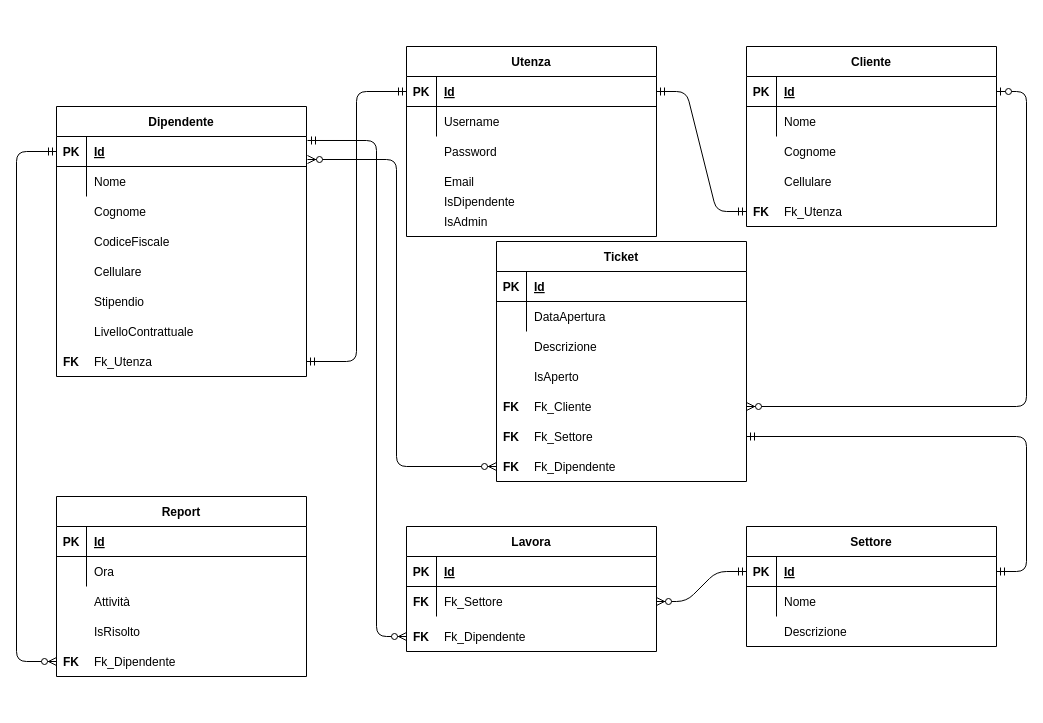
InfoServiceEASY/SitoInfoService keeps this draw.io diagram as gpoi/infoservice_crowsfoot.drawio. Above is the earlier version. Source tidied: cells renumbered, new cells numbered last; positions are measured from the earlier drawing's top-left corner, leaving out a move shared by most shapes. Both pictures are drawn from the tidied source at 100%, with x=0, y=0 at pixel (16, 46).
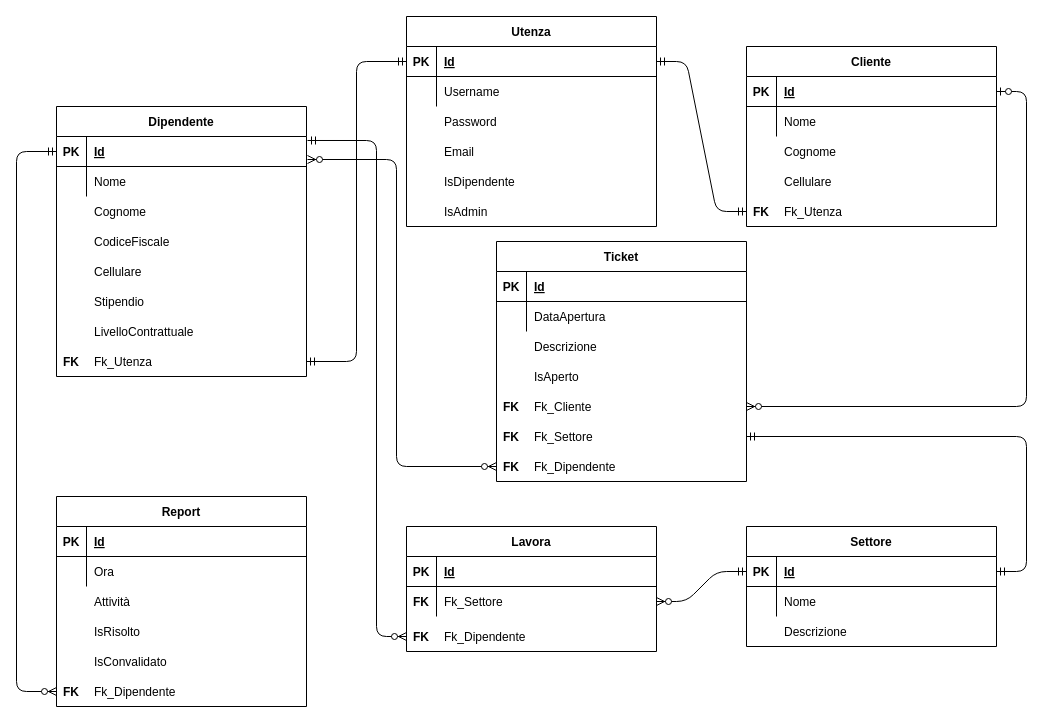
The same page after the edit.

The change refers to these unchanged cells:
```xml
<mxCell id="3" style="shape=partialRectangle;fillColor=none;points=[[0,0.5],[1,0.5]];portConstraint=eastwest;top=0;left=0;right=0;bottom=1;" parent="2" vertex="1">
  <mxGeometry y="30" width="250" height="30" as="geometry" />
</mxCell>
```

What changed in the source:
```diff
@@
     <mxCell id="47" value="Utenza" style="shape=table;startSize=30;childLayout=tableLayout;rowLines=0;fontStyle=1;align=center;" parent="1" vertex="1">
-      <mxGeometry x="390" width="250" height="190" as="geometry" />
+      <mxGeometry x="390" y="-30" width="250" height="210" as="geometry" />
     </mxCell>
@@
     <mxCell id="54" style="shape=partialRectangle;fillColor=none;top=0;left=0;right=0;bottom=0;" parent="1" vertex="1">
-      <mxGeometry x="390" y="90" width="250" height="30" as="geometry" />
+      <mxGeometry x="390" y="60" width="250" height="30" as="geometry" />
     </mxCell>
@@
     <mxCell id="57" style="shape=partialRectangle;fillColor=none;top=0;left=0;right=0;bottom=0;" parent="1" vertex="1">
-      <mxGeometry x="390" y="120" width="250" height="30" as="geometry" />
+      <mxGeometry x="390" y="90" width="250" height="30" as="geometry" />
     </mxCell>
@@
     <mxCell id="79" value="Report" style="shape=table;startSize=30;childLayout=tableLayout;rowLines=0;fontStyle=1;align=center;" parent="1" vertex="1">
-      <mxGeometry x="40" y="450" width="250" height="180" as="geometry" />
+      <mxGeometry x="40" y="450" width="250" height="210" as="geometry" />
     </mxCell>
@@
     <mxCell id="92" style="shape=partialRectangle;fillColor=none;points=[[0,0.5],[1,0.5]];portConstraint=eastwest;top=0;left=0;right=0;bottom=0;" parent="1" vertex="1">
-      <mxGeometry x="40" y="600" width="250" height="30" as="geometry" />
+      <mxGeometry x="40" y="630" width="250" height="30" as="geometry" />
     </mxCell>
@@
     <mxCell id="108" style="edgeStyle=orthogonalEdgeStyle;fontSize=12;html=1;endArrow=ERzeroToMany;startArrow=ERmandOne;exitX=0;exitY=0.5;exitDx=0;exitDy=0;entryX=0;entryY=0.5;entryDx=0;entryDy=0;" parent="1" edge="1" source="3" target="92">
       <mxGeometry relative="1" as="geometry">
         <Array as="points">
           <mxPoint y="105" />
-          <mxPoint y="615" />
+          <mxPoint y="645" />
         </Array>
       </mxGeometry>
     </mxCell>
@@
     <mxCell id="122" style="shape=partialRectangle;fillColor=none;top=0;left=0;right=0;bottom=0;" parent="1" vertex="1">
-      <mxGeometry x="390" y="140" width="250" height="30" as="geometry" />
+      <mxGeometry x="390" y="120" width="250" height="30" as="geometry" />
     </mxCell>
@@
     <mxCell id="125" style="shape=partialRectangle;fillColor=none;top=0;left=0;right=0;bottom=0;" parent="1" vertex="1">
-      <mxGeometry x="390" y="160" width="250" height="30" as="geometry" />
+      <mxGeometry x="390" y="150" width="250" height="30" as="geometry" />
     </mxCell>
@@
+    <mxCell id="128" style="shape=partialRectangle;fillColor=none;top=0;left=0;right=0;bottom=0;" parent="1" vertex="1">
+      <mxGeometry x="40" y="600" width="250" height="30" as="geometry" />
+    </mxCell>
+    <mxCell id="129" style="shape=partialRectangle;overflow=hidden;fillColor=none;top=0;left=0;bottom=0;right=0;fontStyle=1;" parent="128" vertex="1">
+      <mxGeometry width="30" height="30" as="geometry" />
+    </mxCell>
+    <mxCell id="130" value="IsConvalidato" style="shape=partialRectangle;overflow=hidden;fillColor=none;top=0;left=0;bottom=0;right=0;align=left;spacingLeft=6;" parent="128" vertex="1">
+      <mxGeometry x="30" width="220" height="30" as="geometry" />
+    </mxCell>
```
